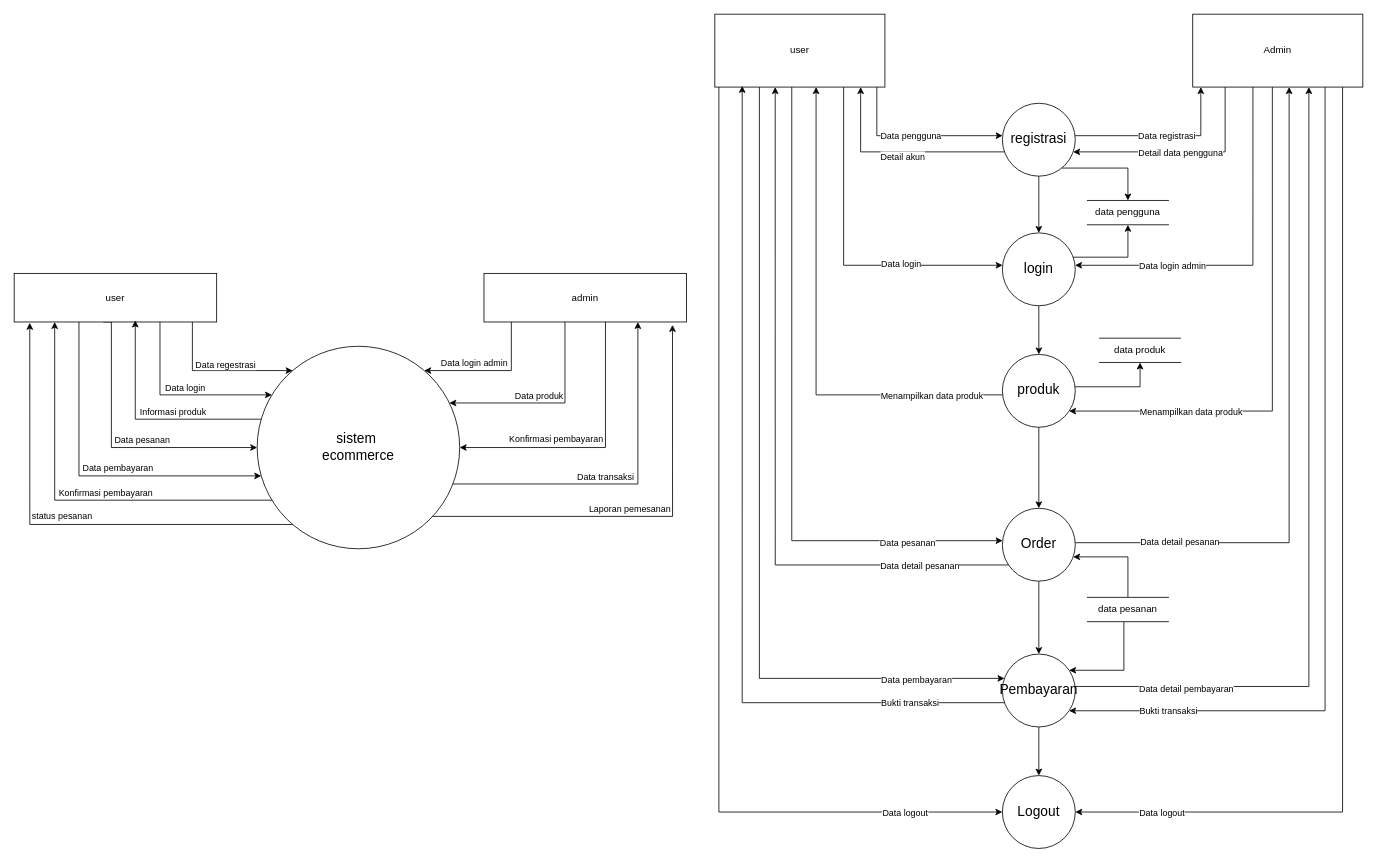
zerocode0806/Flowchart-E-Comerce-Elektronik keeps this draw.io diagram as DFD-Level-0-1-Ecommerce-Elektronik.drawio. Above is the earlier version. Source tidied: cells renumbered, new cells numbered last; positions are measured from the earlier drawing's top-left corner, leaving out a move shared by most shapes. Both pictures are drawn from the tidied source at 81%, with x=0, y=0 at pixel (14, 14).
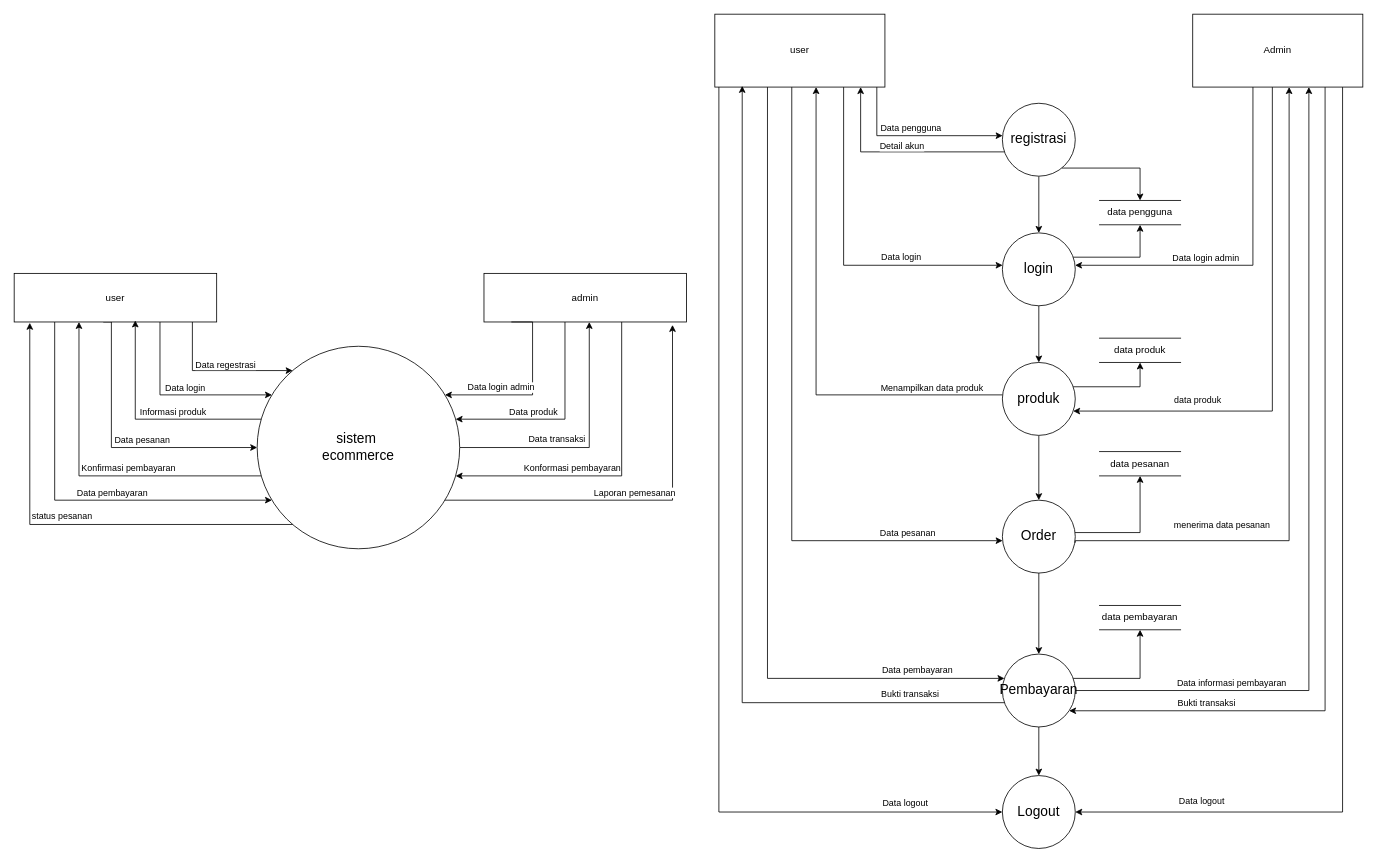
Above is the later version.

Unchanged cells that the change refers to:
```xml
<mxCell id="3" value="&lt;font style=&quot;font-size: 17px;&quot;&gt;sistem&amp;nbsp;&lt;/font&gt;&lt;div&gt;&lt;font style=&quot;font-size: 17px;&quot;&gt;ecommerce&lt;/font&gt;&lt;/div&gt;" style="shape=ellipse;html=1;dashed=0;whiteSpace=wrap;perimeter=ellipsePerimeter;" parent="1" vertex="1">
  <mxGeometry x="300" y="410" width="250" height="250" as="geometry" />
</mxCell>
<mxCell id="4" style="edgeStyle=orthogonalEdgeStyle;rounded=0;jettySize=auto;html=1;" parent="1" edge="1" source="12" target="28">
  <mxGeometry relative="1" as="geometry">
    <Array as="points">
      <mxPoint x="1065" y="150" />
    </Array>
  </mxGeometry>
</mxCell>
<mxCell id="6" style="edgeStyle=orthogonalEdgeStyle;rounded=0;jettySize=auto;html=1;" parent="1" edge="1" source="12" target="34">
  <mxGeometry relative="1" as="geometry">
    <Array as="points">
      <mxPoint x="1024" y="310" />
    </Array>
  </mxGeometry>
</mxCell>
<mxCell id="8" style="edgeStyle=orthogonalEdgeStyle;rounded=0;jettySize=auto;html=1;" parent="1" edge="1" source="12" target="38">
  <mxGeometry relative="1" as="geometry">
    <Array as="points">
      <mxPoint x="960" y="650" />
    </Array>
  </mxGeometry>
</mxCell>
<mxCell id="12" value="user" style="html=1;dashed=0;whiteSpace=wrap;" parent="1" vertex="1">
  <mxGeometry x="865" width="210" height="90" as="geometry" />
</mxCell>
<mxCell id="13" style="edgeStyle=orthogonalEdgeStyle;rounded=0;jettySize=auto;html=1;" parent="1" edge="1" target="73">
  <mxGeometry relative="1" as="geometry">
    <mxPoint x="1553.3" y="90" as="sourcePoint" />
    <Array as="points">
      <mxPoint x="1553" y="490" />
    </Array>
  </mxGeometry>
</mxCell>
<mxCell id="15" style="edgeStyle=orthogonalEdgeStyle;rounded=0;jettySize=auto;html=1;" parent="1" edge="1" target="46">
  <mxGeometry relative="1" as="geometry">
    <mxPoint x="1618.4" y="90" as="sourcePoint" />
    <Array as="points">
      <mxPoint x="1618" y="860" />
    </Array>
  </mxGeometry>
</mxCell>
<mxCell id="17" style="edgeStyle=orthogonalEdgeStyle;rounded=0;jettySize=auto;html=1;exitX=0.354;exitY=0.995;exitDx=0;exitDy=0;exitPerimeter=0;" parent="1" edge="1" source="21" target="34">
  <mxGeometry relative="1" as="geometry">
    <Array as="points">
      <mxPoint x="1529" y="310" />
    </Array>
  </mxGeometry>
</mxCell>
<mxCell id="19" style="edgeStyle=orthogonalEdgeStyle;rounded=0;jettySize=auto;html=1;entryX=1;entryY=0.5;entryDx=0;entryDy=0;" parent="1" edge="1" source="21" target="81">
  <mxGeometry relative="1" as="geometry">
    <Array as="points">
      <mxPoint x="1640" y="985" />
    </Array>
  </mxGeometry>
</mxCell>
<mxCell id="21" value="Admin" style="html=1;dashed=0;whiteSpace=wrap;" parent="1" vertex="1">
  <mxGeometry x="1455" width="210" height="90" as="geometry" />
</mxCell>
<mxCell id="24" style="edgeStyle=orthogonalEdgeStyle;rounded=0;jettySize=auto;html=1;" parent="1" edge="1" source="28" target="12">
  <mxGeometry relative="1" as="geometry">
    <Array as="points">
      <mxPoint x="1045" y="170" />
    </Array>
  </mxGeometry>
</mxCell>
<mxCell id="28" value="&lt;span style=&quot;font-size: 17px;&quot;&gt;registrasi&lt;/span&gt;" style="shape=ellipse;html=1;dashed=0;whiteSpace=wrap;perimeter=ellipsePerimeter;" parent="1" vertex="1">
  <mxGeometry x="1220" y="110" width="90" height="90" as="geometry" />
</mxCell>
<mxCell id="34" value="&lt;span style=&quot;font-size: 17px;&quot;&gt;login&lt;/span&gt;" style="shape=ellipse;html=1;dashed=0;whiteSpace=wrap;perimeter=ellipsePerimeter;" parent="1" vertex="1">
  <mxGeometry x="1220" y="270" width="90" height="90" as="geometry" />
</mxCell>
<mxCell id="35" style="edgeStyle=orthogonalEdgeStyle;rounded=0;jettySize=auto;html=1;" parent="1" edge="1" source="73" target="12">
  <mxGeometry relative="1" as="geometry">
    <Array as="points">
      <mxPoint x="990" y="470" />
    </Array>
  </mxGeometry>
</mxCell>
<mxCell id="46" value="&lt;span style=&quot;font-size: 17px;&quot;&gt;Pembayaran&lt;/span&gt;" style="shape=ellipse;html=1;dashed=0;whiteSpace=wrap;perimeter=ellipsePerimeter;" parent="1" vertex="1">
  <mxGeometry x="1220" y="790" width="90" height="90" as="geometry" />
</mxCell>
<mxCell id="50" style="edgeStyle=orthogonalEdgeStyle;rounded=0;jettySize=auto;html=1;entryX=0.161;entryY=0.984;entryDx=0;entryDy=0;entryPerimeter=0;" parent="1" edge="1" source="46" target="12">
  <mxGeometry relative="1" as="geometry">
    <Array as="points">
      <mxPoint x="899" y="850" />
    </Array>
  </mxGeometry>
</mxCell>
<mxCell id="60" value="user" style="html=1;dashed=0;whiteSpace=wrap;" parent="1" vertex="1">
  <mxGeometry y="320" width="250" height="60" as="geometry" />
</mxCell>
<mxCell id="65" value="admin" style="html=1;dashed=0;whiteSpace=wrap;" parent="1" vertex="1">
  <mxGeometry x="580" y="320" width="250" height="60" as="geometry" />
</mxCell>
<mxCell id="82" style="edgeStyle=orthogonalEdgeStyle;rounded=0;jettySize=auto;html=1;" parent="1" edge="1" source="12" target="81">
  <mxGeometry relative="1" as="geometry">
    <Array as="points">
      <mxPoint x="870" y="985" />
    </Array>
  </mxGeometry>
</mxCell>
```

What changed in the source:
```diff
@@
     <mxCell id="2" style="edgeStyle=orthogonalEdgeStyle;rounded=0;jettySize=auto;html=1;" parent="1" edge="1" source="3" target="65">
       <mxGeometry relative="1" as="geometry">
         <Array as="points">
-          <mxPoint x="770" y="580" />
+          <mxPoint x="710" y="535" />
         </Array>
       </mxGeometry>
     </mxCell>
@@
     <mxCell id="5" value="Data pengguna" style="edgeLabel;html=1;align=center;verticalAlign=middle;" parent="4" vertex="1">
       <mxGeometry x="0.33" relative="1" as="geometry">
-        <mxPoint x="-42" as="offset" />
+        <mxPoint x="-42" y="-10" as="offset" />
       </mxGeometry>
     </mxCell>
@@
     <mxCell id="7" value="Data login" style="edgeLabel;html=1;align=center;verticalAlign=middle;" parent="6" vertex="1">
       <mxGeometry x="0.6" y="2" relative="1" as="geometry">
-        <mxPoint x="-43" as="offset" />
+        <mxPoint x="-43" y="-9" as="offset" />
       </mxGeometry>
     </mxCell>
@@
     <mxCell id="9" value="Data pesanan" style="edgeLabel;html=1;align=center;verticalAlign=middle;" parent="8" vertex="1">
       <mxGeometry x="0.65" y="-2" relative="1" as="geometry">
-        <mxPoint x="25" as="offset" />
+        <mxPoint x="25" y="-12" as="offset" />
       </mxGeometry>
     </mxCell>
     <mxCell id="10" style="edgeStyle=orthogonalEdgeStyle;rounded=0;jettySize=auto;html=1;" parent="1" edge="1" source="12" target="46">
       <mxGeometry relative="1" as="geometry">
         <Array as="points">
-          <mxPoint x="920" y="820" />
+          <mxPoint x="930" y="820" />
         </Array>
       </mxGeometry>
     </mxCell>
     <mxCell id="11" value="Data pembayaran" style="edgeLabel;html=1;align=center;verticalAlign=middle;" parent="10" vertex="1">
       <mxGeometry x="0.69" y="-1" relative="1" as="geometry">
-        <mxPoint x="50" as="offset" />
+        <mxPoint x="50" y="-12" as="offset" />
       </mxGeometry>
     </mxCell>
@@
-    <mxCell id="14" value="Menampilkan data produk" style="edgeLabel;html=1;align=center;verticalAlign=middle;" parent="13" vertex="1">
+    <mxCell id="14" value="data produk" style="edgeLabel;html=1;align=center;verticalAlign=middle;" parent="13" vertex="1">
       <mxGeometry x="0.63" y="1" relative="1" as="geometry">
-        <mxPoint x="29" y="-1" as="offset" />
+        <mxPoint x="33" y="-16" as="offset" />
       </mxGeometry>
     </mxCell>
@@
     <mxCell id="16" value="Bukti transaksi" style="edgeLabel;html=1;align=center;verticalAlign=middle;" parent="15" vertex="1">
       <mxGeometry x="0.71" y="3" relative="1" as="geometry">
-        <mxPoint x="-35" y="-3" as="offset" />
+        <mxPoint x="12" y="-13" as="offset" />
       </mxGeometry>
     </mxCell>
@@
     <mxCell id="18" value="Data login admin" style="edgeLabel;html=1;align=center;verticalAlign=middle;" parent="17" vertex="1">
       <mxGeometry x="0.56" relative="1" as="geometry">
-        <mxPoint x="23" as="offset" />
+        <mxPoint x="64" y="-10" as="offset" />
       </mxGeometry>
     </mxCell>
@@
     <mxCell id="20" value="Data logout" style="edgeLabel;html=1;align=center;verticalAlign=middle;" parent="19" vertex="1">
       <mxGeometry x="0.73" relative="1" as="geometry">
-        <mxPoint x="-59" as="offset" />
+        <mxPoint x="-10" y="-15" as="offset" />
       </mxGeometry>
     </mxCell>
@@
-    <mxCell id="22" style="edgeStyle=orthogonalEdgeStyle;rounded=0;jettySize=auto;html=1;" parent="1" edge="1" source="28" target="21">
-      <mxGeometry relative="1" as="geometry">
-        <Array as="points">
-          <mxPoint x="1465" y="150" />
-        </Array>
-      </mxGeometry>
-    </mxCell>
-    <mxCell id="23" value="Data registrasi" style="edgeLabel;html=1;align=center;verticalAlign=middle;" parent="22" vertex="1">
-      <mxGeometry x="-0.36" relative="1" as="geometry">
-        <mxPoint x="44" as="offset" />
-      </mxGeometry>
-    </mxCell>
@@
     <mxCell id="25" value="Detail akun" style="edgeLabel;html=1;align=center;verticalAlign=middle;" parent="24" vertex="1">
       <mxGeometry x="-0.34" y="1" relative="1" as="geometry">
-        <mxPoint x="-41" y="4" as="offset" />
+        <mxPoint x="-42" y="-9" as="offset" />
       </mxGeometry>
     </mxCell>
@@
     <mxCell id="27" style="edgeStyle=orthogonalEdgeStyle;rounded=0;jettySize=auto;html=1;entryX=0.5;entryY=0;entryDx=0;entryDy=0;" parent="1" edge="1" source="28" target="29">
       <mxGeometry relative="1" as="geometry">
         <Array as="points">
-          <mxPoint x="1375" y="190" />
+          <mxPoint x="1390" y="190" />
         </Array>
       </mxGeometry>
     </mxCell>
@@
     <mxCell id="29" value="data pengguna" style="html=1;dashed=0;whiteSpace=wrap;shape=partialRectangle;right=0;left=0;" parent="1" vertex="1">
-      <mxGeometry x="1325" y="230" width="100" height="30" as="geometry" />
+      <mxGeometry x="1340" y="230" width="100" height="30" as="geometry" />
     </mxCell>
-    <mxCell id="30" style="edgeStyle=orthogonalEdgeStyle;rounded=0;jettySize=auto;html=1;" parent="1" edge="1" source="21" target="28">
-      <mxGeometry relative="1" as="geometry">
-        <Array as="points">
-          <mxPoint x="1495" y="170" />
-        </Array>
-      </mxGeometry>
-    </mxCell>
-    <mxCell id="31" value="Detail data pengguna" style="edgeLabel;html=1;align=center;verticalAlign=middle;" parent="30" vertex="1">
-      <mxGeometry x="0.38" y="2" relative="1" as="geometry">
-        <mxPoint x="49" y="-2" as="offset" />
-      </mxGeometry>
-    </mxCell>
     <mxCell id="32" style="edgeStyle=orthogonalEdgeStyle;rounded=0;jettySize=auto;html=1;entryX=0.5;entryY=1;entryDx=0;entryDy=0;" parent="1" edge="1" source="34" target="29">
       <mxGeometry relative="1" as="geometry">
         <Array as="points">
-          <mxPoint x="1375" y="300" />
+          <mxPoint x="1390" y="300" />
         </Array>
       </mxGeometry>
     </mxCell>
@@
     <mxCell id="36" value="Menampilkan data produk" style="edgeLabel;html=1;align=center;verticalAlign=middle;" parent="35" vertex="1">
       <mxGeometry x="-0.6" y="-3" relative="1" as="geometry">
-        <mxPoint x="34" y="3" as="offset" />
+        <mxPoint x="34" y="-6" as="offset" />
       </mxGeometry>
     </mxCell>
@@
+    <mxCell id="84" style="edgeStyle=orthogonalEdgeStyle;rounded=0;jettySize=auto;html=1;entryX=0.5;entryY=1;entryDx=0;entryDy=0;" parent="1" edge="1" source="38" target="49">
+      <mxGeometry relative="1" as="geometry">
+        <Array as="points">
+          <mxPoint x="1390" y="640" />
+        </Array>
+      </mxGeometry>
+    </mxCell>
     <mxCell id="38" value="&lt;span style=&quot;font-size: 17px;&quot;&gt;Order&lt;/span&gt;" style="shape=ellipse;html=1;dashed=0;whiteSpace=wrap;perimeter=ellipsePerimeter;" parent="1" vertex="1">
-      <mxGeometry x="1220" y="610" width="90" height="90" as="geometry" />
+      <mxGeometry x="1220" y="600" width="90" height="90" as="geometry" />
     </mxCell>
     <mxCell id="39" style="edgeStyle=orthogonalEdgeStyle;rounded=0;jettySize=auto;html=1;" parent="1" edge="1" target="21">
       <mxGeometry relative="1" as="geometry">
         <mxPoint x="1310" y="652.5" as="sourcePoint" />
         <Array as="points">
-          <mxPoint x="1574" y="653" />
+          <mxPoint x="1310" y="650" />
+          <mxPoint x="1574" y="650" />
         </Array>
       </mxGeometry>
     </mxCell>
-    <mxCell id="40" value="Data detail pesanan" style="edgeLabel;html=1;align=center;verticalAlign=middle;" parent="39" vertex="1">
+    <mxCell id="40" value="menerima data pesanan" style="edgeLabel;html=1;align=center;verticalAlign=middle;" parent="39" vertex="1">
       <mxGeometry x="-0.7" y="1" relative="1" as="geometry">
-        <mxPoint x="4" as="offset" />
+        <mxPoint x="59" y="-19" as="offset" />
       </mxGeometry>
     </mxCell>
-    <mxCell id="41" style="edgeStyle=orthogonalEdgeStyle;rounded=0;jettySize=auto;html=1;entryX=0.355;entryY=1;entryDx=0;entryDy=0;entryPerimeter=0;" parent="1" edge="1" source="38" target="12">
-      <mxGeometry relative="1" as="geometry">
-        <Array as="points">
-          <mxPoint x="940" y="680" />
-        </Array>
-      </mxGeometry>
-    </mxCell>
-    <mxCell id="42" value="Data detail pesanan" style="edgeLabel;html=1;align=center;verticalAlign=middle;" parent="41" vertex="1">
-      <mxGeometry x="-0.64" relative="1" as="geometry">
-        <mxPoint x="48" as="offset" />
-      </mxGeometry>
-    </mxCell>
     <mxCell id="43" style="edgeStyle=orthogonalEdgeStyle;rounded=0;jettySize=auto;html=1;" parent="1" edge="1" source="46">
       <mxGeometry relative="1" as="geometry">
         <mxPoint x="1598.4" y="90" as="targetPoint" />
         <Array as="points">
-          <mxPoint x="1598" y="830" />
+          <mxPoint x="1598" y="835" />
         </Array>
       </mxGeometry>
     </mxCell>
-    <mxCell id="44" value="Data detail pembayaran" style="edgeLabel;html=1;align=center;verticalAlign=middle;" parent="43" vertex="1">
+    <mxCell id="44" value="Data informasi pembayaran" style="edgeLabel;html=1;align=center;verticalAlign=middle;" parent="43" vertex="1">
       <mxGeometry x="-0.76" y="-2" relative="1" as="geometry">
-        <mxPoint x="14" as="offset" />
+        <mxPoint x="68" y="-12" as="offset" />
       </mxGeometry>
     </mxCell>
@@
+    <mxCell id="85" style="edgeStyle=orthogonalEdgeStyle;rounded=0;jettySize=auto;html=1;entryX=0.5;entryY=1;entryDx=0;entryDy=0;" parent="1" edge="1" source="46" target="86">
+      <mxGeometry relative="1" as="geometry">
+        <Array as="points">
+          <mxPoint x="1390" y="820" />
+        </Array>
+      </mxGeometry>
+    </mxCell>
@@
-    <mxCell id="47" style="edgeStyle=orthogonalEdgeStyle;rounded=0;jettySize=auto;html=1;" parent="1" edge="1" source="49" target="38">
-      <mxGeometry relative="1" as="geometry">
-        <Array as="points">
-          <mxPoint x="1375" y="670" />
-        </Array>
-      </mxGeometry>
-    </mxCell>
-    <mxCell id="48" style="edgeStyle=orthogonalEdgeStyle;rounded=0;jettySize=auto;html=1;" parent="1" edge="1" source="49" target="46">
-      <mxGeometry relative="1" as="geometry">
-        <Array as="points">
-          <mxPoint x="1370" y="810" />
-        </Array>
-      </mxGeometry>
-    </mxCell>
     <mxCell id="49" value="data pesanan" style="html=1;dashed=0;whiteSpace=wrap;shape=partialRectangle;right=0;left=0;" parent="1" vertex="1">
-      <mxGeometry x="1325" y="720" width="100" height="30" as="geometry" />
+      <mxGeometry x="1340" y="540" width="100" height="30" as="geometry" />
     </mxCell>
@@
     <mxCell id="51" value="Bukti transaksi" style="edgeLabel;html=1;align=center;verticalAlign=middle;" parent="50" vertex="1">
       <mxGeometry x="-0.68" relative="1" as="geometry">
-        <mxPoint x="57" as="offset" />
+        <mxPoint x="57" y="-12" as="offset" />
       </mxGeometry>
     </mxCell>
@@
     <mxCell id="58" style="edgeStyle=orthogonalEdgeStyle;rounded=0;jettySize=auto;html=1;" parent="1" edge="1" source="60" target="3">
       <mxGeometry relative="1" as="geometry">
         <Array as="points">
-          <mxPoint x="80" y="570" />
+          <mxPoint x="50" y="600" />
         </Array>
       </mxGeometry>
     </mxCell>
@@
     <mxCell id="61" style="edgeStyle=orthogonalEdgeStyle;rounded=0;jettySize=auto;html=1;" parent="1" edge="1" source="65" target="3">
       <mxGeometry relative="1" as="geometry">
         <Array as="points">
-          <mxPoint x="680" y="480" />
+          <mxPoint x="680" y="500" />
         </Array>
       </mxGeometry>
     </mxCell>
     <mxCell id="62" value="Data produk" style="edgeLabel;html=1;align=center;verticalAlign=middle;" parent="61" vertex="1">
       <mxGeometry x="0.42" y="1" relative="1" as="geometry">
-        <mxPoint x="39" y="-11" as="offset" />
+        <mxPoint x="21" y="-11" as="offset" />
       </mxGeometry>
     </mxCell>
-    <mxCell id="63" style="edgeStyle=orthogonalEdgeStyle;rounded=0;jettySize=auto;html=1;" parent="1" edge="1" source="65" target="3">
-      <mxGeometry relative="1" as="geometry">
-        <Array as="points">
-          <mxPoint x="730" y="535" />
-        </Array>
-      </mxGeometry>
-    </mxCell>
-    <mxCell id="64" value="Konfirmasi pembayaran" style="edgeLabel;html=1;align=center;verticalAlign=middle;" parent="63" vertex="1">
-      <mxGeometry x="0.44" relative="1" as="geometry">
-        <mxPoint x="24" y="-11" as="offset" />
-      </mxGeometry>
-    </mxCell>
@@
     <mxCell id="66" style="edgeStyle=orthogonalEdgeStyle;rounded=0;jettySize=auto;html=1;" parent="1" edge="1" target="3">
       <mxGeometry relative="1" as="geometry">
         <mxPoint x="613.8" y="380" as="sourcePoint" />
         <Array as="points">
-          <mxPoint x="614" y="440" />
+          <mxPoint x="640" y="380" />
+          <mxPoint x="640" y="470" />
         </Array>
       </mxGeometry>
     </mxCell>
     <mxCell id="67" value="Data login admin" style="edgeLabel;html=1;align=center;verticalAlign=middle;" parent="66" vertex="1">
       <mxGeometry x="0.36" y="1" relative="1" as="geometry">
-        <mxPoint x="8" y="-11" as="offset" />
+        <mxPoint x="-3" y="-11" as="offset" />
       </mxGeometry>
     </mxCell>
     <mxCell id="68" style="edgeStyle=orthogonalEdgeStyle;rounded=0;jettySize=auto;html=1;entryX=0.931;entryY=1.061;entryDx=0;entryDy=0;entryPerimeter=0;" parent="1" edge="1" source="3" target="65">
       <mxGeometry relative="1" as="geometry">
         <Array as="points">
-          <mxPoint x="813" y="620" />
+          <mxPoint x="813" y="600" />
         </Array>
       </mxGeometry>
     </mxCell>
     <mxCell id="69" value="Data transaksi" style="edgeLabel;html=1;align=center;verticalAlign=middle;" parent="68" vertex="1">
       <mxGeometry x="-0.44" relative="1" as="geometry">
-        <mxPoint x="64" y="-50" as="offset" />
+        <mxPoint x="-1" y="-76" as="offset" />
       </mxGeometry>
     </mxCell>
@@
     <mxCell id="73" value="&lt;span style=&quot;font-size: 17px;&quot;&gt;produk&lt;/span&gt;" style="shape=ellipse;html=1;dashed=0;whiteSpace=wrap;perimeter=ellipsePerimeter;" parent="1" vertex="1">
-      <mxGeometry x="1220" y="420" width="90" height="90" as="geometry" />
+      <mxGeometry x="1220" y="430" width="90" height="90" as="geometry" />
     </mxCell>
@@
     <mxCell id="77" style="edgeStyle=orthogonalEdgeStyle;rounded=0;jettySize=auto;html=1;" parent="1" edge="1" source="3" target="60">
       <mxGeometry relative="1" as="geometry">
         <Array as="points">
-          <mxPoint x="50" y="600" />
+          <mxPoint x="80" y="570" />
         </Array>
       </mxGeometry>
     </mxCell>
     <mxCell id="78" value="Konfirmasi pembayaran" style="edgeLabel;html=1;align=center;verticalAlign=middle;" parent="77" vertex="1">
       <mxGeometry x="-0.45" y="1" relative="1" as="geometry">
-        <mxPoint x="-72" y="-11" as="offset" />
+        <mxPoint x="-51" y="-11" as="offset" />
       </mxGeometry>
     </mxCell>
@@
     <mxCell id="83" value="Data logout" style="edgeLabel;html=1;align=center;verticalAlign=middle;" parent="82" vertex="1">
       <mxGeometry x="0.72" y="2" relative="1" as="geometry">
-        <mxPoint x="53" y="2" as="offset" />
+        <mxPoint x="53" y="-10" as="offset" />
       </mxGeometry>
     </mxCell>
+    <mxCell id="86" value="data pembayaran" style="html=1;dashed=0;whiteSpace=wrap;shape=partialRectangle;right=0;left=0;" parent="1" vertex="1">
+      <mxGeometry x="1340" y="730" width="100" height="30" as="geometry" />
+    </mxCell>
+    <mxCell id="63" style="edgeStyle=orthogonalEdgeStyle;rounded=0;jettySize=auto;html=1;" parent="1" edge="1" source="65" target="3">
+      <mxGeometry relative="1" as="geometry">
+        <Array as="points">
+          <mxPoint x="750" y="570" />
+        </Array>
+      </mxGeometry>
+    </mxCell>
+    <mxCell id="87" value="Konformasi pembayaran" style="edgeLabel;html=1;align=center;verticalAlign=middle;" parent="63" vertex="1">
+      <mxGeometry x="0.46" relative="1" as="geometry">
+        <mxPoint x="36" y="-10" as="offset" />
+      </mxGeometry>
+    </mxCell>
```
